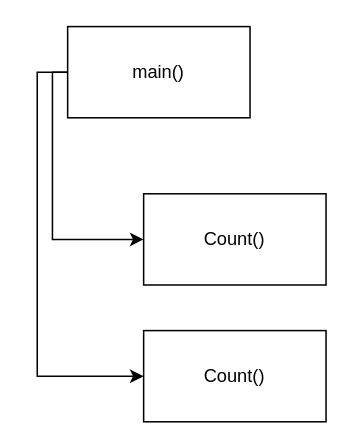
Slava-v-Ukraini/lab8.1it keeps this draw.io diagram as pr8.1it.drawio. Above is the earlier version. Source tidied: cells renumbered, new cells numbered last; positions are measured from the earlier drawing's top-left corner, leaving out a move shared by most shapes. Both pictures are drawn from the tidied source at 152%, with x=0, y=0 at pixel (36, 26).
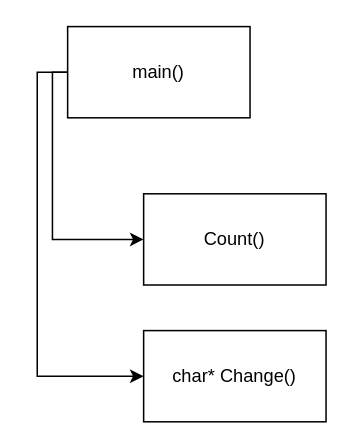
Above is the later version.

Change to the diagram source:
```diff
@@
 <mxGraphModel>
   <root>
     <mxCell id="0" />
     <mxCell id="1" parent="0" />
     <mxCell id="2" style="edgeStyle=orthogonalEdgeStyle;rounded=0;jettySize=auto;html=1;entryX=0;entryY=0.5;entryDx=0;entryDy=0;" parent="1" edge="1" source="4" target="5">
       <mxGeometry relative="1" as="geometry">
         <Array as="points">
           <mxPoint x="10" y="30" />
           <mxPoint x="10" y="140" />
         </Array>
       </mxGeometry>
     </mxCell>
     <mxCell id="3" style="edgeStyle=orthogonalEdgeStyle;rounded=0;jettySize=auto;html=1;entryX=0;entryY=0.5;entryDx=0;entryDy=0;" parent="1" edge="1" source="4" target="6">
       <mxGeometry relative="1" as="geometry">
         <Array as="points">
           <mxPoint y="30" />
           <mxPoint y="230" />
         </Array>
       </mxGeometry>
     </mxCell>
     <mxCell id="4" value="main()" style="rounded=0;whiteSpace=wrap;html=1;" parent="1" vertex="1">
       <mxGeometry x="20" width="120" height="60" as="geometry" />
     </mxCell>
     <mxCell id="5" value="Count()" style="rounded=0;whiteSpace=wrap;html=1;" parent="1" vertex="1">
       <mxGeometry x="70" y="110" width="120" height="60" as="geometry" />
     </mxCell>
-    <mxCell id="6" value="Count()" style="rounded=0;whiteSpace=wrap;html=1;" parent="1" vertex="1">
+    <mxCell id="6" value="char* Change()" style="rounded=0;whiteSpace=wrap;html=1;" parent="1" vertex="1">
       <mxGeometry x="70" y="200" width="120" height="60" as="geometry" />
     </mxCell>
   </root>
 </mxGraphModel>
```
